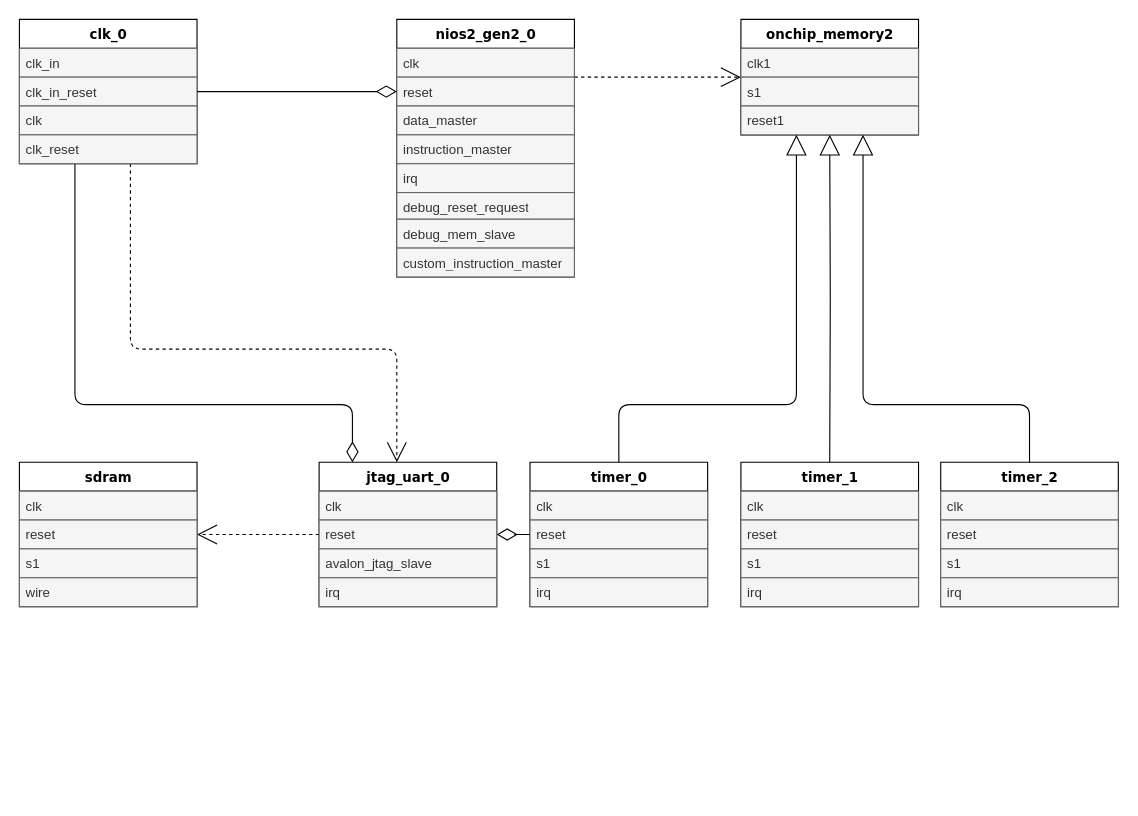
Earlier version of the draw.io diagram FPGA.drawio (KasymovD/FPGA). Source tidied: cells renumbered, new cells numbered last; positions are measured from the earlier drawing's top-left corner, leaving out a move shared by most shapes. Both pictures are drawn from the tidied source at 111%, with x=0, y=0 at pixel (19, 19).
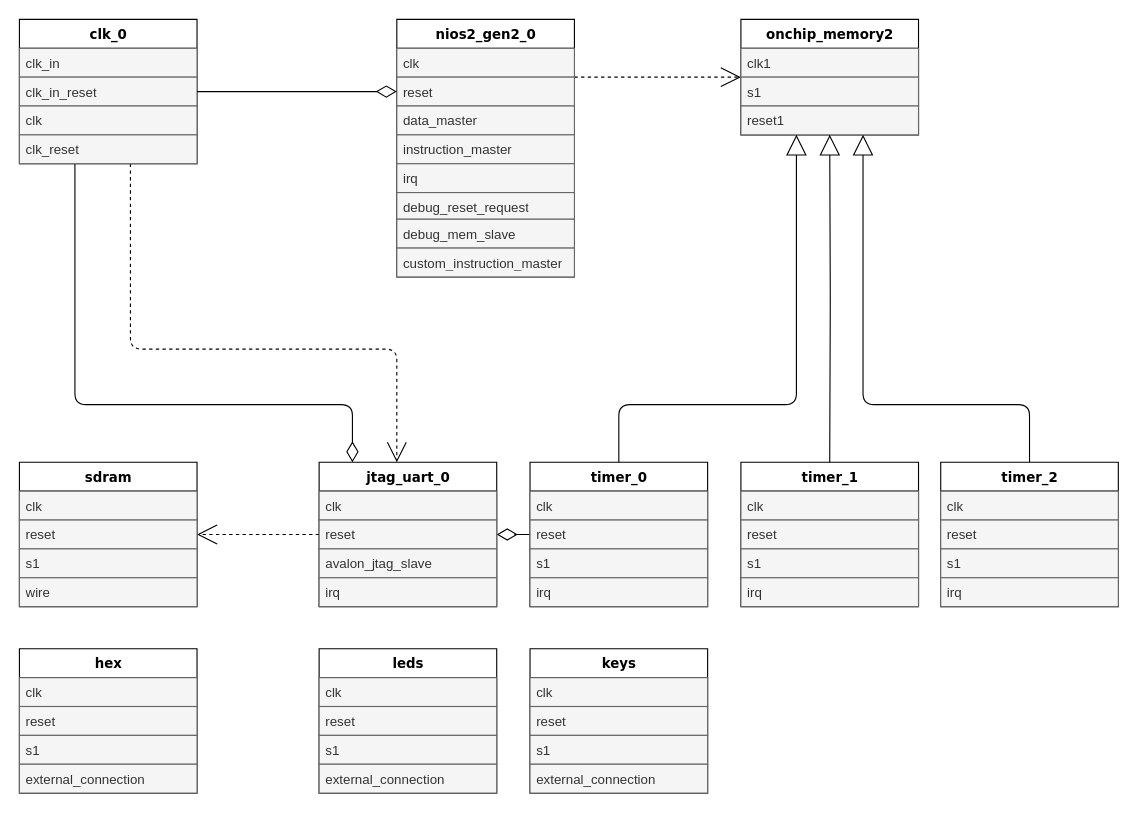
Above is the later version.

Change to the diagram source:
```diff
@@
+    <mxCell id="54" value="hex" style="swimlane;html=1;fontStyle=1;align=center;verticalAlign=top;horizontal=1;startSize=26;swimlaneFillColor=#ffffff;rounded=0;shadow=0;comic=0;labelBackgroundColor=none;strokeWidth=1;fillColor=none;fontFamily=Verdana;fontSize=12;" parent="1" vertex="1">
+      <mxGeometry y="567" width="160" height="130" as="geometry" />
+    </mxCell>
+    <mxCell id="55" value="clk" style="text;html=1;strokeColor=#666666;fillColor=#f5f5f5;align=left;verticalAlign=top;spacingLeft=4;spacingRight=4;whiteSpace=wrap;overflow=hidden;fontColor=#333333;" parent="54" vertex="1">
+      <mxGeometry y="26" width="160" height="26" as="geometry" />
+    </mxCell>
+    <mxCell id="56" value="reset" style="text;html=1;strokeColor=#666666;fillColor=#f5f5f5;align=left;verticalAlign=top;spacingLeft=4;spacingRight=4;whiteSpace=wrap;overflow=hidden;fontColor=#333333;" parent="54" vertex="1">
+      <mxGeometry y="52" width="160" height="26" as="geometry" />
+    </mxCell>
+    <mxCell id="57" value="s1" style="text;html=1;strokeColor=#666666;fillColor=#f5f5f5;align=left;verticalAlign=top;spacingLeft=4;spacingRight=4;whiteSpace=wrap;overflow=hidden;fontColor=#333333;" parent="54" vertex="1">
+      <mxGeometry y="78" width="160" height="26" as="geometry" />
+    </mxCell>
+    <mxCell id="58" value="external_connection" style="text;html=1;strokeColor=#666666;fillColor=#f5f5f5;align=left;verticalAlign=top;spacingLeft=4;spacingRight=4;whiteSpace=wrap;overflow=hidden;fontColor=#333333;" parent="54" vertex="1">
+      <mxGeometry y="104" width="160" height="26" as="geometry" />
+    </mxCell>
+    <mxCell id="59" value="leds" style="swimlane;html=1;fontStyle=1;align=center;verticalAlign=top;horizontal=1;startSize=26;swimlaneFillColor=#ffffff;rounded=0;shadow=0;comic=0;labelBackgroundColor=none;strokeWidth=1;fillColor=none;fontFamily=Verdana;fontSize=12;" parent="1" vertex="1">
+      <mxGeometry x="270" y="567" width="160" height="130" as="geometry" />
+    </mxCell>
+    <mxCell id="60" value="clk" style="text;html=1;strokeColor=#666666;fillColor=#f5f5f5;align=left;verticalAlign=top;spacingLeft=4;spacingRight=4;whiteSpace=wrap;overflow=hidden;fontColor=#333333;" parent="59" vertex="1">
+      <mxGeometry y="26" width="160" height="26" as="geometry" />
+    </mxCell>
+    <mxCell id="61" value="reset" style="text;html=1;strokeColor=#666666;fillColor=#f5f5f5;align=left;verticalAlign=top;spacingLeft=4;spacingRight=4;whiteSpace=wrap;overflow=hidden;fontColor=#333333;" parent="59" vertex="1">
+      <mxGeometry y="52" width="160" height="26" as="geometry" />
+    </mxCell>
+    <mxCell id="62" value="s1" style="text;html=1;strokeColor=#666666;fillColor=#f5f5f5;align=left;verticalAlign=top;spacingLeft=4;spacingRight=4;whiteSpace=wrap;overflow=hidden;fontColor=#333333;" parent="59" vertex="1">
+      <mxGeometry y="78" width="160" height="26" as="geometry" />
+    </mxCell>
+    <mxCell id="63" value="external_connection" style="text;html=1;strokeColor=#666666;fillColor=#f5f5f5;align=left;verticalAlign=top;spacingLeft=4;spacingRight=4;whiteSpace=wrap;overflow=hidden;fontColor=#333333;" parent="59" vertex="1">
+      <mxGeometry y="104" width="160" height="26" as="geometry" />
+    </mxCell>
+    <mxCell id="64" value="keys" style="swimlane;html=1;fontStyle=1;align=center;verticalAlign=top;horizontal=1;startSize=26;swimlaneFillColor=#ffffff;rounded=0;shadow=0;comic=0;labelBackgroundColor=none;strokeWidth=1;fillColor=none;fontFamily=Verdana;fontSize=12;" parent="1" vertex="1">
+      <mxGeometry x="460" y="567" width="160" height="130" as="geometry" />
+    </mxCell>
+    <mxCell id="65" value="clk" style="text;html=1;strokeColor=#666666;fillColor=#f5f5f5;align=left;verticalAlign=top;spacingLeft=4;spacingRight=4;whiteSpace=wrap;overflow=hidden;fontColor=#333333;" parent="64" vertex="1">
+      <mxGeometry y="26" width="160" height="26" as="geometry" />
+    </mxCell>
+    <mxCell id="66" value="reset" style="text;html=1;strokeColor=#666666;fillColor=#f5f5f5;align=left;verticalAlign=top;spacingLeft=4;spacingRight=4;whiteSpace=wrap;overflow=hidden;fontColor=#333333;" parent="64" vertex="1">
+      <mxGeometry y="52" width="160" height="26" as="geometry" />
+    </mxCell>
+    <mxCell id="67" value="s1" style="text;html=1;strokeColor=#666666;fillColor=#f5f5f5;align=left;verticalAlign=top;spacingLeft=4;spacingRight=4;whiteSpace=wrap;overflow=hidden;fontColor=#333333;" parent="64" vertex="1">
+      <mxGeometry y="78" width="160" height="26" as="geometry" />
+    </mxCell>
+    <mxCell id="68" value="external_connection" style="text;html=1;strokeColor=#666666;fillColor=#f5f5f5;align=left;verticalAlign=top;spacingLeft=4;spacingRight=4;whiteSpace=wrap;overflow=hidden;fontColor=#333333;" parent="64" vertex="1">
+      <mxGeometry y="104" width="160" height="26" as="geometry" />
+    </mxCell>
```
